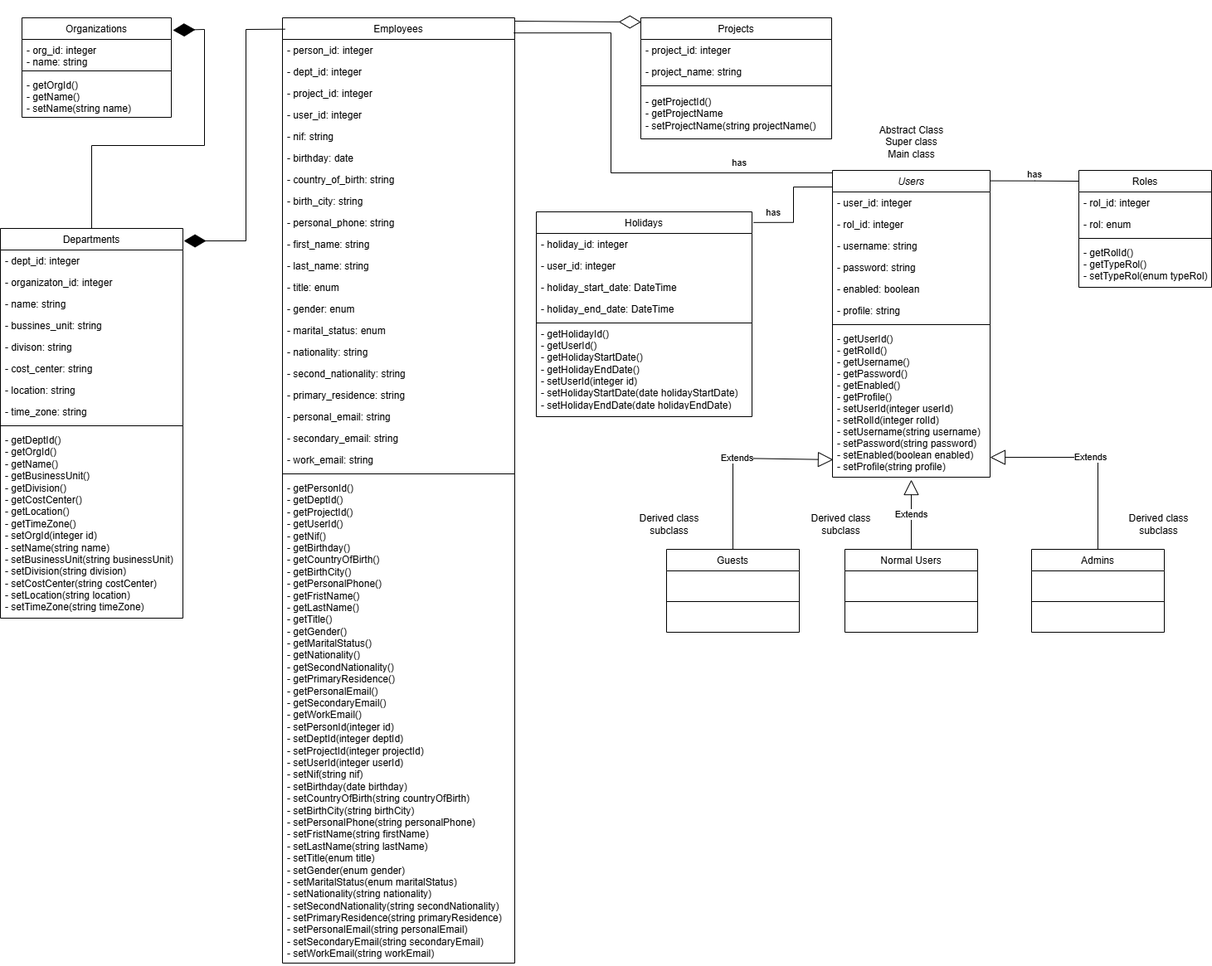
lhachete/Holidays-App keeps this draw.io diagram as Diagramas/Diagrama-De-Clases/Diagrama_De_Clases_HolidaysApp.drawio.png. Above is the earlier version. Source tidied: cells renumbered, new cells last; positions are measured from the earlier drawing's top-left corner, leaving out a move shared by most shapes.
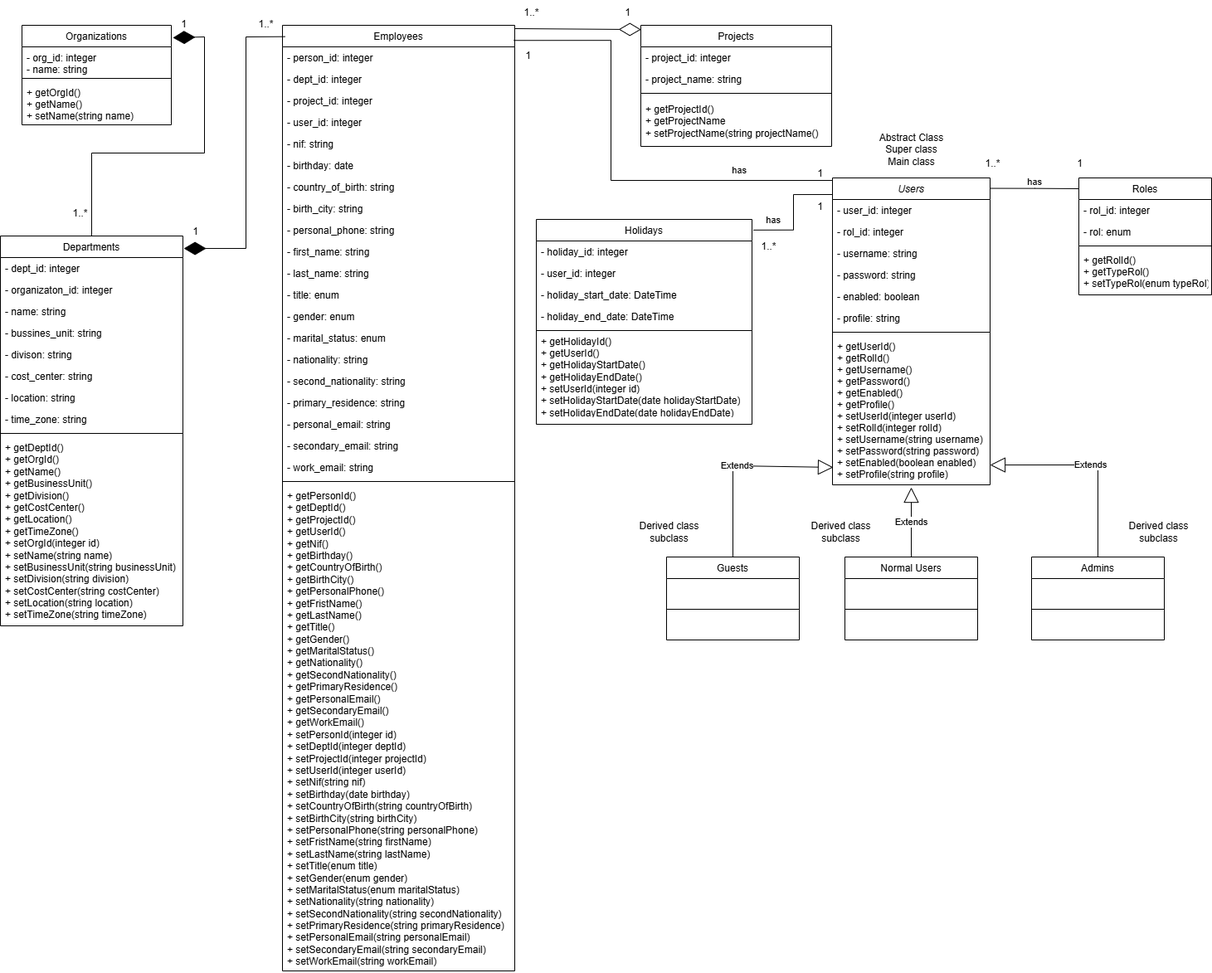
After the change.

Commit message:
Diagramas de clase con multiplicidad hechos

The edit, as a diff of the source:
```diff
@@ -26,7 +26,7 @@
     <mxCell id="9" style="line;html=1;strokeWidth=1;align=left;verticalAlign=middle;spacingTop=-1;spacingLeft=3;spacingRight=3;labelPosition=right;" parent="2" vertex="1">
       <mxGeometry y="182" width="190" height="8" as="geometry" />
     </mxCell>
-    <mxCell id="10" value="- getUserId()&#10;- getRolId()&#10;- getUsername()&#10;- getPassword()&#10;- getEnabled()&#10;- getProfile()&#10;- setUserId(integer userId)&#10;- setRolId(integer rolId)&#10;- setUsername(string username)&#10;- setPassword(string password)&#10;- setEnabled(boolean enabled)&#10;- setProfile(string profile)" style="text;align=left;verticalAlign=middle;spacingLeft=4;spacingRight=4;overflow=hidden;points=[[0,0.5],[1,0.5]];portConstraint=eastwest;rounded=0;shadow=0;html=0;" parent="2" vertex="1">
+    <mxCell id="10" value="+ getUserId()&#10;+ getRolId()&#10;+ getUsername()&#10;+ getPassword()&#10;+ getEnabled()&#10;+ getProfile()&#10;+ setUserId(integer userId)&#10;+ setRolId(integer rolId)&#10;+ setUsername(string username)&#10;+ setPassword(string password)&#10;+ setEnabled(boolean enabled)&#10;+ setProfile(string profile)" style="text;align=left;verticalAlign=middle;spacingLeft=4;spacingRight=4;overflow=hidden;points=[[0,0.5],[1,0.5]];portConstraint=eastwest;rounded=0;shadow=0;html=0;" parent="2" vertex="1">
       <mxGeometry y="190" width="190" height="180" as="geometry" />
     </mxCell>
     <mxCell id="11" value="Holidays" style="swimlane;fontStyle=0;align=center;verticalAlign=top;horizontal=1;startSize=26;rounded=0;shadow=0;strokeWidth=1;" parent="1" vertex="1">
@@ -47,7 +47,7 @@
     <mxCell id="16" style="line;html=1;strokeWidth=1;align=left;verticalAlign=middle;spacingTop=-1;spacingLeft=3;spacingRight=3;labelPosition=right;" parent="11" vertex="1">
       <mxGeometry y="130" width="260" height="8" as="geometry" />
     </mxCell>
-    <mxCell id="17" value="- getHolidayId()&lt;div&gt;- getUserId()&lt;br&gt;- getHolidayStartDate()&lt;br&gt;- getHolidayEndDate()&lt;br&gt;- setUserId(integer id)&lt;br&gt;- setHolidayStartDate(date holidayStartDate)&lt;br&gt;- setHolidayEndDate(date holidayEndDate)&lt;/div&gt;" style="text;align=left;verticalAlign=middle;spacingLeft=4;spacingRight=4;overflow=hidden;rounded=0;shadow=0;html=1;spacing=2;" parent="11" vertex="1">
+    <mxCell id="17" value="+ getHolidayId()&lt;div&gt;+ getUserId()&lt;br&gt;+ getHolidayStartDate()&lt;br&gt;+ getHolidayEndDate()&lt;br&gt;+ setUserId(integer id)&lt;br&gt;+ setHolidayStartDate(date holidayStartDate)&lt;br&gt;+ setHolidayEndDate(date holidayEndDate)&lt;/div&gt;" style="text;align=left;verticalAlign=middle;spacingLeft=4;spacingRight=4;overflow=hidden;rounded=0;shadow=0;html=1;spacing=2;" parent="11" vertex="1">
       <mxGeometry y="138" width="260" height="102" as="geometry" />
     </mxCell>
     <mxCell id="18" value="Employees" style="swimlane;fontStyle=0;align=center;verticalAlign=top;horizontal=1;startSize=26;rounded=0;shadow=0;strokeWidth=1;" parent="1" vertex="1">
@@ -116,7 +116,7 @@
     <mxCell id="39" style="line;html=1;strokeWidth=1;align=left;verticalAlign=middle;spacingTop=-1;spacingLeft=3;spacingRight=3;labelPosition=right;" parent="18" vertex="1">
       <mxGeometry y="546" width="280" height="8" as="geometry" />
     </mxCell>
-    <mxCell id="40" value="- getPersonId()&#10;- getDeptId()&#10;- getProjectId()&#10;- getUserId()&#10;- getNif()&#10;- getBirthday()&#10;- getCountryOfBirth()&#10;- getBirthCity()&#10;- getPersonalPhone()&#10;- getFristName()&#10;- getLastName()&#10;- getTitle()&#10;- getGender()&#10;- getMaritalStatus()&#10;- getNationality()&#10;- getSecondNationality()&#10;- getPrimaryResidence()&#10;- getPersonalEmail()&#10;- getSecondaryEmail()&#10;- getWorkEmail()&#10;- setPersonId(integer id)&#10;- setDeptId(integer deptId)&#10;- setProjectId(integer projectId)&#10;- setUserId(integer userId)&#10;- setNif(string nif)&#10;- setBirthday(date birthday)&#10;- setCountryOfBirth(string countryOfBirth)&#10;- setBirthCity(string birthCity)&#10;- setPersonalPhone(string personalPhone)&#10;- setFristName(string firstName)&#10;- setLastName(string lastName)&#10;- setTitle(enum title)&#10;- setGender(enum gender)&#10;- setMaritalStatus(enum maritalStatus)&#10;- setNationality(string nationality)&#10;- setSecondNationality(string secondNationality)&#10;- setPrimaryResidence(string primaryResidence)&#10;- setPersonalEmail(string personalEmail)&#10;- setSecondaryEmail(string secondaryEmail)&#10;- setWorkEmail(string workEmail)" style="text;align=left;verticalAlign=top;spacingLeft=4;spacingRight=4;overflow=hidden;rounded=0;shadow=0;spacingTop=0;spacingBottom=0;spacing=2;whiteSpace=wrap;" parent="18" vertex="1">
+    <mxCell id="40" value="+ getPersonId()&#10;+ getDeptId()&#10;+ getProjectId()&#10;+ getUserId()&#10;+ getNif()&#10;+ getBirthday()&#10;+ getCountryOfBirth()&#10;+ getBirthCity()&#10;+ getPersonalPhone()&#10;+ getFristName()&#10;+ getLastName()&#10;+ getTitle()&#10;+ getGender()&#10;+ getMaritalStatus()&#10;+ getNationality()&#10;+ getSecondNationality()&#10;+ getPrimaryResidence()&#10;+ getPersonalEmail()&#10;+ getSecondaryEmail()&#10;+ getWorkEmail()&#10;+ setPersonId(integer id)&#10;+ setDeptId(integer deptId)&#10;+ setProjectId(integer projectId)&#10;+ setUserId(integer userId)&#10;+ setNif(string nif)&#10;+ setBirthday(date birthday)&#10;+ setCountryOfBirth(string countryOfBirth)&#10;+ setBirthCity(string birthCity)&#10;+ setPersonalPhone(string personalPhone)&#10;+ setFristName(string firstName)&#10;+ setLastName(string lastName)&#10;+ setTitle(enum title)&#10;+ setGender(enum gender)&#10;+ setMaritalStatus(enum maritalStatus)&#10;+ setNationality(string nationality)&#10;+ setSecondNationality(string secondNationality)&#10;+ setPrimaryResidence(string primaryResidence)&#10;+ setPersonalEmail(string personalEmail)&#10;+ setSecondaryEmail(string secondaryEmail)&#10;+ setWorkEmail(string workEmail)" style="text;align=left;verticalAlign=top;spacingLeft=4;spacingRight=4;overflow=hidden;rounded=0;shadow=0;spacingTop=0;spacingBottom=0;spacing=2;whiteSpace=wrap;" parent="18" vertex="1">
       <mxGeometry y="554" width="280" height="586" as="geometry" />
     </mxCell>
     <mxCell id="41" value="Roles" style="swimlane;fontStyle=0;align=center;verticalAlign=top;horizontal=1;startSize=26;rounded=0;shadow=0;strokeWidth=1;" parent="1" vertex="1">
@@ -131,7 +131,7 @@
     <mxCell id="44" style="line;html=1;strokeWidth=1;align=left;verticalAlign=middle;spacingTop=-1;spacingLeft=3;spacingRight=3;labelPosition=right;" parent="41" vertex="1">
       <mxGeometry y="78" width="160" height="8" as="geometry" />
     </mxCell>
-    <mxCell id="45" value="- getRolId()&#10;- getTypeRol()&#10;- setTypeRol(enum typeRol)" style="text;align=left;verticalAlign=top;spacingLeft=4;spacingRight=4;overflow=hidden;rounded=0;shadow=0;html=0;" parent="41" vertex="1">
+    <mxCell id="45" value="+ getRolId()&#10;+ getTypeRol()&#10;+ setTypeRol(enum typeRol)" style="text;align=left;verticalAlign=top;spacingLeft=4;spacingRight=4;overflow=hidden;rounded=0;shadow=0;html=0;" parent="41" vertex="1">
       <mxGeometry y="86" width="160" height="44" as="geometry" />
     </mxCell>
     <mxCell id="46" value="Projects" style="swimlane;fontStyle=0;align=center;verticalAlign=top;horizontal=1;startSize=26;rounded=0;shadow=0;strokeWidth=1;" parent="1" vertex="1">
@@ -146,7 +146,7 @@
     <mxCell id="49" style="line;html=1;strokeWidth=1;align=left;verticalAlign=middle;spacingTop=-1;spacingLeft=3;spacingRight=3;labelPosition=right;" parent="46" vertex="1">
       <mxGeometry y="78" width="230" height="8" as="geometry" />
     </mxCell>
-    <mxCell id="50" value="- getProjectId()&lt;div&gt;- getProjectName&lt;/div&gt;&lt;div&gt;- setProjectName(string projectName()&lt;/div&gt;" style="text;html=1;align=left;verticalAlign=middle;strokeColor=none;fillColor=none;spacingLeft=4;" parent="46" vertex="1">
+    <mxCell id="50" value="+ getProjectId()&lt;div&gt;+ getProjectName&lt;/div&gt;&lt;div&gt;+ setProjectName(string projectName()&lt;/div&gt;" style="text;html=1;align=left;verticalAlign=middle;strokeColor=none;fillColor=none;spacingLeft=4;" parent="46" vertex="1">
       <mxGeometry y="86" width="230" height="60" as="geometry" />
     </mxCell>
     <mxCell id="51" value="Departments" style="swimlane;fontStyle=0;align=center;verticalAlign=top;horizontal=1;startSize=26;rounded=0;shadow=0;strokeWidth=1;" parent="1" vertex="1">
@@ -179,7 +179,7 @@
     <mxCell id="60" style="line;html=1;strokeWidth=1;align=left;verticalAlign=middle;spacingTop=-1;spacingLeft=3;spacingRight=3;labelPosition=right;" parent="51" vertex="1">
       <mxGeometry y="234" width="220" height="8" as="geometry" />
     </mxCell>
-    <mxCell id="61" value="- getDeptId()&#10;- getOrgId()&#10;- getName()&#10;- getBusinessUnit()&#10;- getDivision()&#10;- getCostCenter()&#10;- getLocation()&#10;- getTimeZone()&#10;- setOrgId(integer id)&#10;- setName(string name)&#10;- setBusinessUnit(string businessUnit)&#10;- setDivision(string division)&#10;- setCostCenter(string costCenter)&#10;- setLocation(string location)&#10;- setTimeZone(string timeZone)" style="text;align=left;verticalAlign=top;spacingLeft=4;spacingRight=4;overflow=hidden;rounded=0;shadow=0;html=0;whiteSpace=wrap;" parent="51" vertex="1">
+    <mxCell id="61" value="+ getDeptId()&#10;+ getOrgId()&#10;+ getName()&#10;+ getBusinessUnit()&#10;+ getDivision()&#10;+ getCostCenter()&#10;+ getLocation()&#10;+ getTimeZone()&#10;+ setOrgId(integer id)&#10;+ setName(string name)&#10;+ setBusinessUnit(string businessUnit)&#10;+ setDivision(string division)&#10;+ setCostCenter(string costCenter)&#10;+ setLocation(string location)&#10;+ setTimeZone(string timeZone)" style="text;align=left;verticalAlign=top;spacingLeft=4;spacingRight=4;overflow=hidden;rounded=0;shadow=0;html=0;whiteSpace=wrap;" parent="51" vertex="1">
       <mxGeometry y="242" width="220" height="228" as="geometry" />
     </mxCell>
     <mxCell id="62" value="Organizations" style="swimlane;fontStyle=0;align=center;verticalAlign=top;horizontal=1;startSize=26;rounded=0;shadow=0;strokeWidth=1;" parent="1" vertex="1">
@@ -191,7 +191,7 @@
     <mxCell id="64" style="line;html=1;strokeWidth=1;align=left;verticalAlign=middle;spacingTop=-1;spacingLeft=3;spacingRight=3;labelPosition=right;" parent="62" vertex="1">
       <mxGeometry y="60" width="180" height="8" as="geometry" />
     </mxCell>
-    <mxCell id="65" value="- getOrgId()&#10;- getName()&#10;- setName(string name) " style="text;align=left;verticalAlign=top;spacingLeft=4;spacingRight=4;overflow=hidden;rounded=0;shadow=0;html=0;" parent="62" vertex="1">
+    <mxCell id="65" value="+ getOrgId()&#10;+ getName()&#10;+ setName(string name) " style="text;align=left;verticalAlign=top;spacingLeft=4;spacingRight=4;overflow=hidden;rounded=0;shadow=0;html=0;" parent="62" vertex="1">
       <mxGeometry y="68" width="180" height="50" as="geometry" />
     </mxCell>
     <mxCell id="66" value="&lt;span style=&quot;font-weight: normal;&quot;&gt;Guests&lt;/span&gt;" style="swimlane;fontStyle=1;align=center;verticalAlign=top;horizontal=1;startSize=26;whiteSpace=wrap;html=1;" parent="1" vertex="1">
@@ -306,5 +306,41 @@
         <mxPoint x="-44" y="1" as="offset" />
       </mxGeometry>
     </mxCell>
+    <mxCell id="88" value="1..*" style="text;html=1;align=center;verticalAlign=middle;strokeColor=none;fillColor=none;" parent="1" vertex="1">
+      <mxGeometry x="76" y="212" width="40" height="30" as="geometry" />
+    </mxCell>
+    <mxCell id="89" value="1..*" style="text;html=1;align=center;verticalAlign=middle;strokeColor=none;fillColor=none;" parent="1" vertex="1">
+      <mxGeometry x="300" y="-16" width="40" height="30" as="geometry" />
+    </mxCell>
+    <mxCell id="90" value="1..*" style="text;html=1;align=center;verticalAlign=middle;strokeColor=none;fillColor=none;" parent="1" vertex="1">
+      <mxGeometry x="620" y="-30" width="40" height="30" as="geometry" />
+    </mxCell>
+    <mxCell id="91" value="1" style="text;html=1;align=center;verticalAlign=middle;strokeColor=none;fillColor=none;" parent="1" vertex="1">
+      <mxGeometry x="206" y="-16" width="30" height="30" as="geometry" />
+    </mxCell>
+    <mxCell id="92" value="1" style="text;html=1;align=center;verticalAlign=middle;strokeColor=none;fillColor=none;" parent="1" vertex="1">
+      <mxGeometry x="220" y="234" width="30" height="30" as="geometry" />
+    </mxCell>
+    <mxCell id="93" value="1" style="text;html=1;align=center;verticalAlign=middle;strokeColor=none;fillColor=none;" parent="1" vertex="1">
+      <mxGeometry x="741" y="-30" width="30" height="30" as="geometry" />
+    </mxCell>
+    <mxCell id="94" value="1..*" style="text;html=1;align=center;verticalAlign=middle;strokeColor=none;fillColor=none;" parent="1" vertex="1">
+      <mxGeometry x="1176" y="152" width="40" height="30" as="geometry" />
+    </mxCell>
+    <mxCell id="95" value="1" style="text;html=1;align=center;verticalAlign=middle;strokeColor=none;fillColor=none;" parent="1" vertex="1">
+      <mxGeometry x="1286" y="152" width="30" height="30" as="geometry" />
+    </mxCell>
+    <mxCell id="96" value="1" style="text;html=1;align=center;verticalAlign=middle;strokeColor=none;fillColor=none;" parent="1" vertex="1">
+      <mxGeometry x="621" y="22" width="30" height="30" as="geometry" />
+    </mxCell>
+    <mxCell id="97" value="1" style="text;html=1;align=center;verticalAlign=middle;strokeColor=none;fillColor=none;" parent="1" vertex="1">
+      <mxGeometry x="973" y="164" width="30" height="30" as="geometry" />
+    </mxCell>
+    <mxCell id="98" value="1..*" style="text;html=1;align=center;verticalAlign=middle;strokeColor=none;fillColor=none;" parent="1" vertex="1">
+      <mxGeometry x="906" y="252" width="40" height="30" as="geometry" />
+    </mxCell>
+    <mxCell id="99" value="1" style="text;html=1;align=center;verticalAlign=middle;strokeColor=none;fillColor=none;" parent="1" vertex="1">
+      <mxGeometry x="973" y="204" width="30" height="30" as="geometry" />
+    </mxCell>
   </root>
 </mxGraphModel>
```
